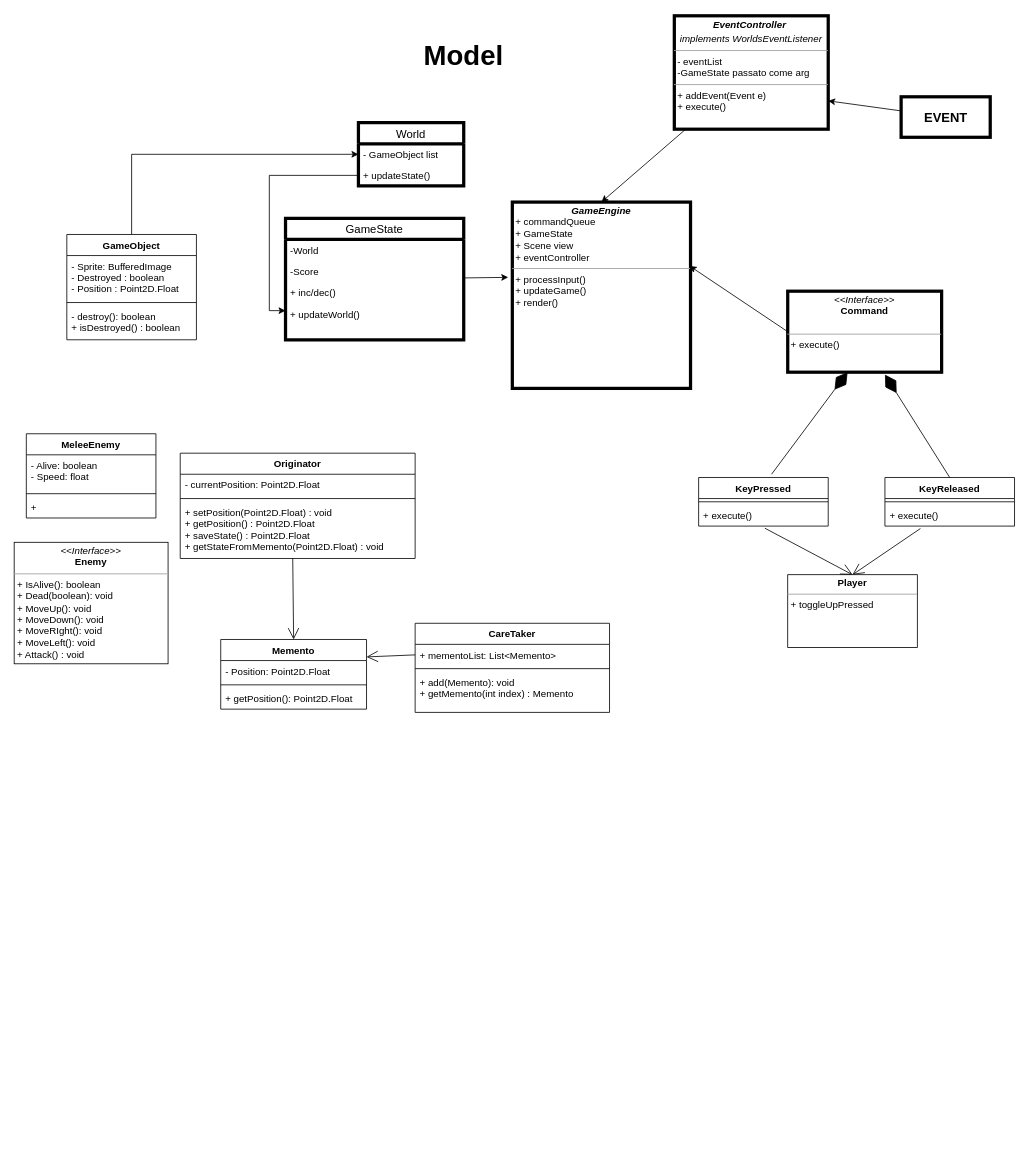
Before: report/Uml.drawio in Fraloha/OOP20-bomber1, a draw.io diagram. Source tidied: cells renumbered, new cells numbered last; positions are measured from the earlier drawing's top-left corner, leaving out a move shared by most shapes. Both pictures are drawn from the tidied source at 81%, with x=0, y=0 at pixel (14, 15).
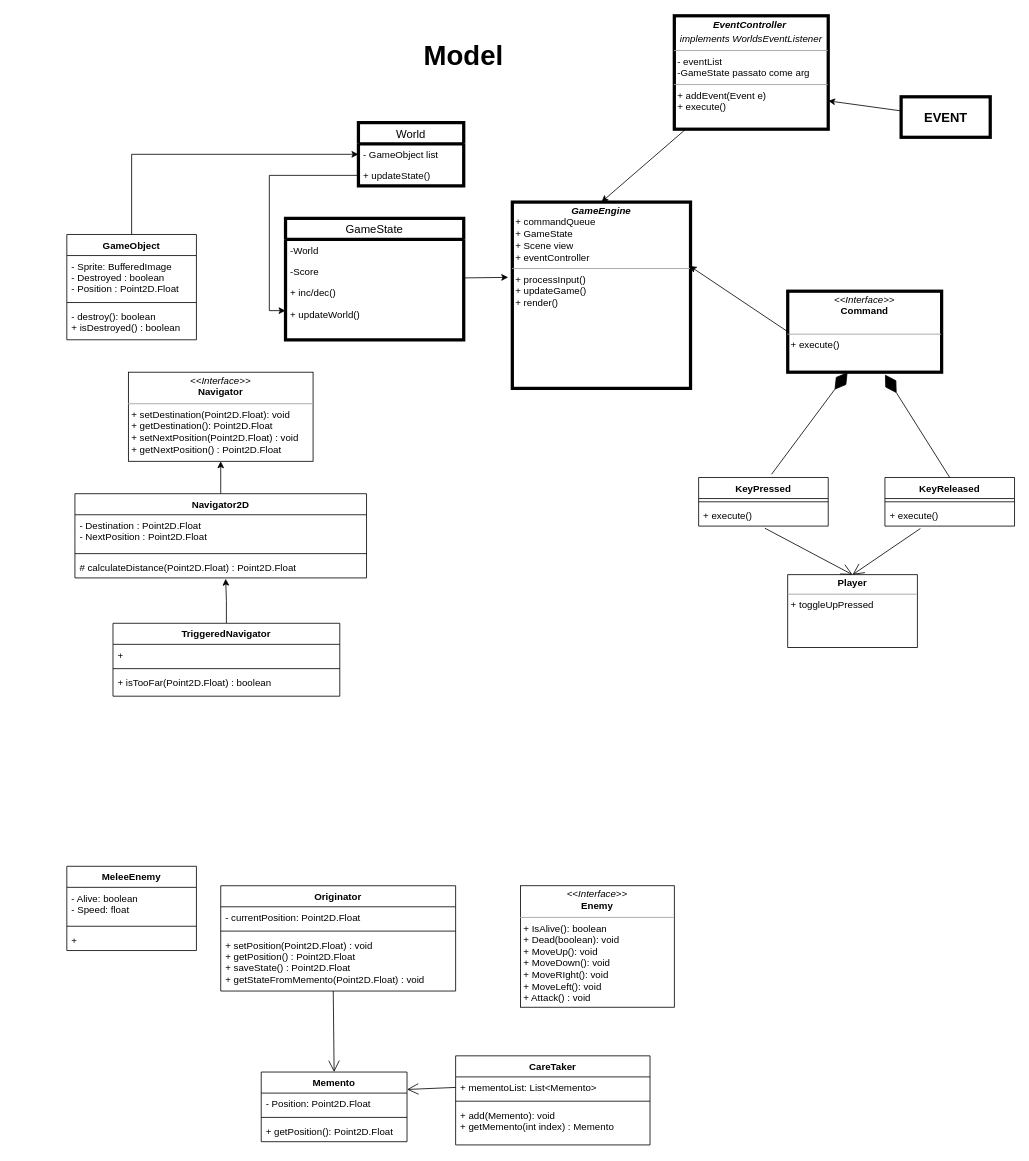
The same page after the edit.

Commit message:
Created Navigator interface, Navigator2D and TriggeredNavigator2D classes.

The edit, as a diff of the source:
```diff
@@
     <mxCell id="36" value="&lt;p style=&quot;margin: 0px ; margin-top: 4px ; text-align: center&quot;&gt;&lt;i&gt;&amp;lt;&amp;lt;Interface&amp;gt;&amp;gt;&lt;/i&gt;&lt;br&gt;&lt;b&gt;Enemy&lt;/b&gt;&lt;/p&gt;&lt;hr size=&quot;1&quot;&gt;&lt;p style=&quot;margin: 0px ; margin-left: 4px&quot;&gt;+ IsAlive(): boolean&lt;br&gt;+ Dead(boolean): void&lt;/p&gt;&lt;p style=&quot;margin: 0px ; margin-left: 4px&quot;&gt;+ MoveUp(): void&lt;/p&gt;&lt;p style=&quot;margin: 0px ; margin-left: 4px&quot;&gt;+ MoveDown(): void&lt;/p&gt;&lt;p style=&quot;margin: 0px ; margin-left: 4px&quot;&gt;+ MoveRIght(): void&lt;/p&gt;&lt;p style=&quot;margin: 0px ; margin-left: 4px&quot;&gt;+ MoveLeft(): void&lt;/p&gt;&lt;p style=&quot;margin: 0px ; margin-left: 4px&quot;&gt;+ Attack() : void&lt;/p&gt;" style="verticalAlign=top;align=left;overflow=fill;fontSize=12;fontFamily=Helvetica;html=1;" parent="1" vertex="1">
-      <mxGeometry y="650" width="190" height="150" as="geometry" />
+      <mxGeometry x="625" y="1074" width="190" height="150" as="geometry" />
     </mxCell>
     <mxCell id="37" value="MeleeEnemy" style="swimlane;fontStyle=1;align=center;verticalAlign=top;horizontal=1;startSize=26;" parent="1" vertex="1">
-      <mxGeometry x="15" y="516" width="160" height="104" as="geometry" />
+      <mxGeometry x="65" y="1050" width="160" height="104" as="geometry" />
     </mxCell>
@@
     <mxCell id="41" value="Memento" style="swimlane;fontStyle=1;align=center;verticalAlign=top;horizontal=1;startSize=26;" parent="1" vertex="1">
-      <mxGeometry x="255" y="770" width="180" height="86" as="geometry" />
+      <mxGeometry x="305" y="1304" width="180" height="86" as="geometry" />
     </mxCell>
@@
     <mxCell id="45" value="Originator" style="swimlane;fontStyle=1;align=center;verticalAlign=top;horizontal=1;startSize=26;" parent="1" vertex="1">
-      <mxGeometry x="205" y="540" width="290" height="130" as="geometry" />
+      <mxGeometry x="255" y="1074" width="290" height="130" as="geometry" />
     </mxCell>
@@
     <mxCell id="49" value="CareTaker" style="swimlane;fontStyle=1;align=center;verticalAlign=top;horizontal=1;startSize=26;" parent="1" vertex="1">
-      <mxGeometry x="495" y="750" width="240" height="110" as="geometry" />
+      <mxGeometry x="545" y="1284" width="240" height="110" as="geometry" />
     </mxCell>
@@
+    <mxCell id="55" value="&lt;p style=&quot;margin: 0px ; margin-top: 4px ; text-align: center&quot;&gt;&lt;i&gt;&amp;lt;&amp;lt;Interface&amp;gt;&amp;gt;&lt;/i&gt;&lt;br&gt;&lt;b&gt;Navigator&lt;/b&gt;&lt;/p&gt;&lt;hr size=&quot;1&quot;&gt;&lt;p style=&quot;margin: 0px ; margin-left: 4px&quot;&gt;+ setDestination(Point2D.Float): void&lt;br&gt;+ getDestination(): Point2D.Float&lt;/p&gt;&lt;p style=&quot;margin: 0px ; margin-left: 4px&quot;&gt;+ setNextPosition(Point2D.Float) : void&lt;/p&gt;&lt;p style=&quot;margin: 0px ; margin-left: 4px&quot;&gt;+ getNextPosition() : Point2D.Float&lt;/p&gt;" style="verticalAlign=top;align=left;overflow=fill;fontSize=12;fontFamily=Helvetica;html=1;" parent="1" vertex="1">
+      <mxGeometry x="141" y="440" width="228" height="110" as="geometry" />
+    </mxCell>
+    <mxCell id="56" style="edgeStyle=orthogonalEdgeStyle;rounded=0;jettySize=auto;html=1;exitX=0.5;exitY=0;exitDx=0;exitDy=0;entryX=0.5;entryY=1;entryDx=0;entryDy=0;" parent="1" edge="1" source="57" target="55">
+      <mxGeometry relative="1" as="geometry" />
+    </mxCell>
+    <mxCell id="57" value="Navigator2D" style="swimlane;fontStyle=1;align=center;verticalAlign=top;horizontal=1;startSize=26;" parent="1" vertex="1">
+      <mxGeometry x="75" y="590" width="360" height="104" as="geometry" />
+    </mxCell>
+    <mxCell id="58" value="- Destination : Point2D.Float&#10;- NextPosition : Point2D.Float" style="text;strokeColor=none;fillColor=none;align=left;verticalAlign=top;spacingLeft=4;spacingRight=4;overflow=hidden;" parent="57" vertex="1">
+      <mxGeometry y="26" width="360" height="44" as="geometry" />
+    </mxCell>
+    <mxCell id="59" style="line;strokeWidth=1;fillColor=none;align=left;verticalAlign=middle;spacingTop=-1;spacingLeft=3;spacingRight=3;labelPosition=right;" parent="57" vertex="1">
+      <mxGeometry y="70" width="360" height="8" as="geometry" />
+    </mxCell>
+    <mxCell id="60" value="# calculateDistance(Point2D.Float) : Point2D.Float" style="text;strokeColor=none;fillColor=none;align=left;verticalAlign=top;spacingLeft=4;spacingRight=4;overflow=hidden;points=[[0,0.5],[1,0.5]];portConstraint=eastwest;" parent="57" vertex="1">
+      <mxGeometry y="78" width="360" height="26" as="geometry" />
+    </mxCell>
+    <mxCell id="61" style="edgeStyle=orthogonalEdgeStyle;rounded=0;jettySize=auto;html=1;exitX=0.5;exitY=0;exitDx=0;exitDy=0;entryX=0.517;entryY=1.038;entryDx=0;entryDy=0;entryPerimeter=0;" parent="1" edge="1" source="62" target="60">
+      <mxGeometry relative="1" as="geometry" />
+    </mxCell>
+    <mxCell id="62" value="TriggeredNavigator" style="swimlane;fontStyle=1;align=center;verticalAlign=top;horizontal=1;startSize=26;" parent="1" vertex="1">
+      <mxGeometry x="122" y="750" width="280" height="90" as="geometry" />
+    </mxCell>
+    <mxCell id="63" value="+" style="text;strokeColor=none;fillColor=none;align=left;verticalAlign=top;spacingLeft=4;spacingRight=4;overflow=hidden;" parent="62" vertex="1">
+      <mxGeometry y="26" width="280" height="26" as="geometry" />
+    </mxCell>
+    <mxCell id="64" style="line;strokeWidth=1;fillColor=none;align=left;verticalAlign=middle;spacingTop=-1;spacingLeft=3;spacingRight=3;labelPosition=right;" parent="62" vertex="1">
+      <mxGeometry y="52" width="280" height="8" as="geometry" />
+    </mxCell>
+    <mxCell id="65" value="+ isTooFar(Point2D.Float) : boolean" style="text;strokeColor=none;fillColor=none;align=left;verticalAlign=top;spacingLeft=4;spacingRight=4;overflow=hidden;" parent="62" vertex="1">
+      <mxGeometry y="60" width="280" height="30" as="geometry" />
+    </mxCell>
```
